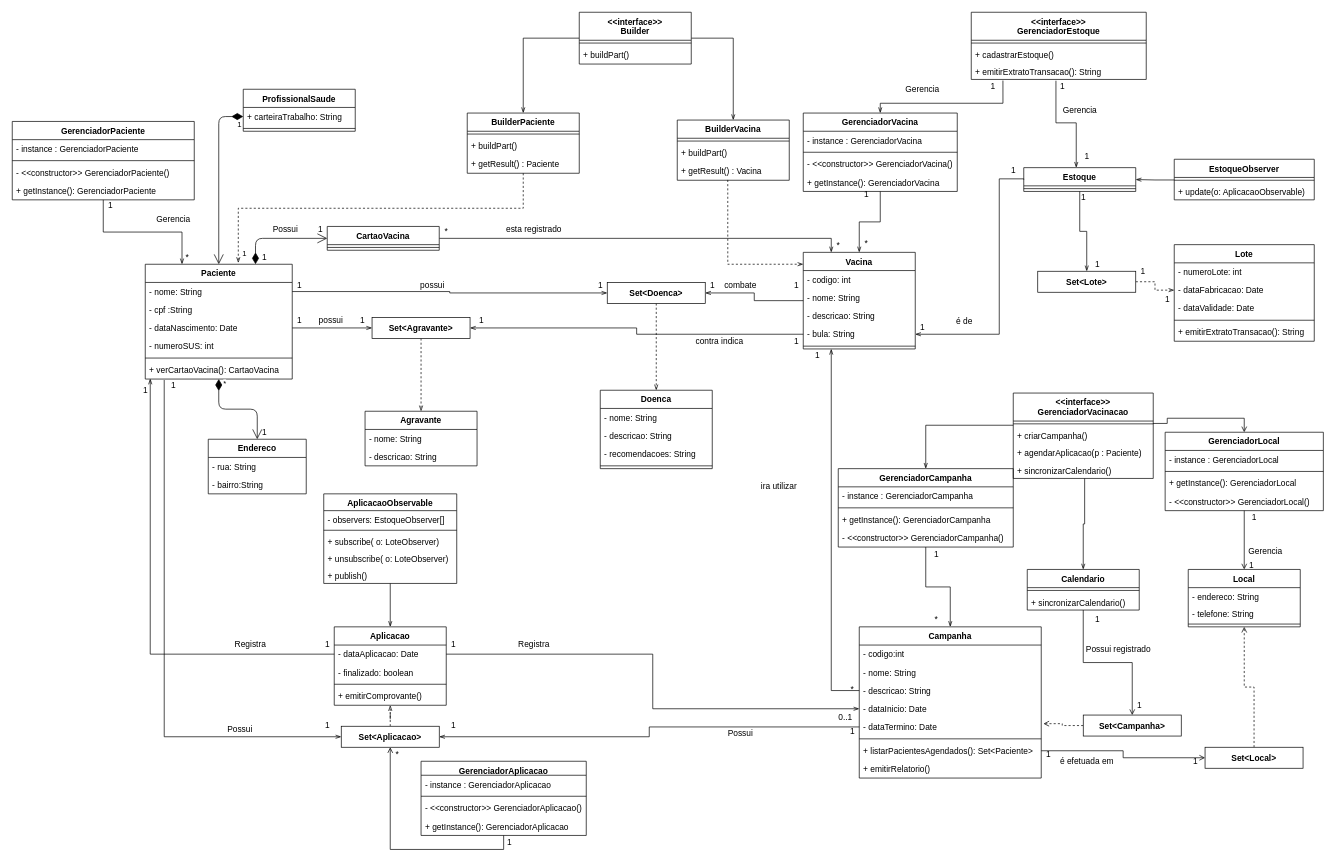
Numb4r/DiviVac keeps this draw.io diagram as doc/classesdeprojeto.drawio. Above is the earlier version. Source tidied: cells renumbered, new cells numbered last; positions are measured from the earlier drawing's top-left corner, leaving out a move shared by most shapes. Both pictures are drawn from the tidied source at 70%, with x=0, y=0 at pixel (12, 12).
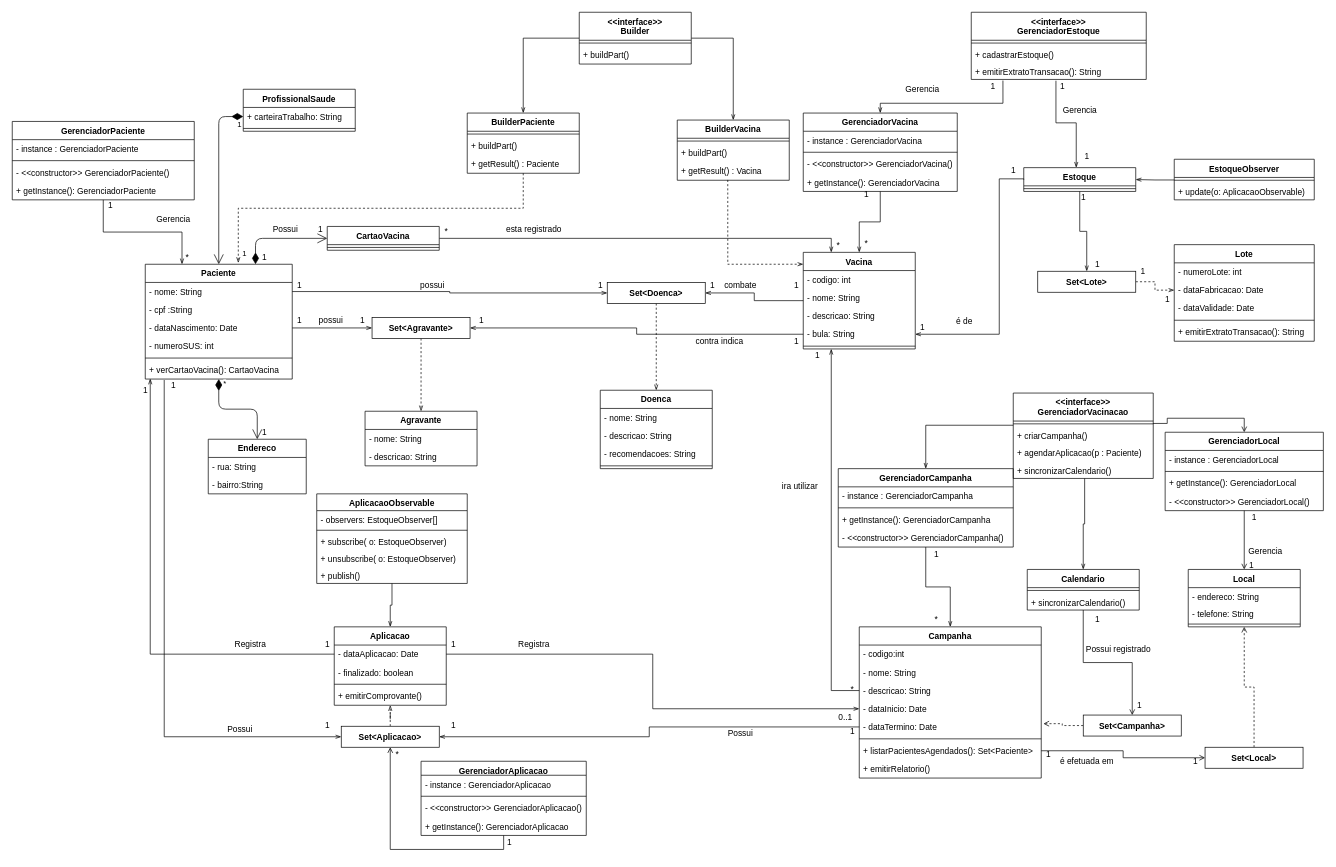
The same diagram, later.

Commit message (it also covers changes not shown here):
corrigido parametro do tipo errado no observer

The edit, as a diff of the source:
```diff
@@
     <mxCell id="164" value="ira utilizar" style="text;html=1;align=center;verticalAlign=middle;strokeColor=none;" parent="1" vertex="1">
-      <mxGeometry x="1060" y="668" width="70" height="20" as="geometry" />
+      <mxGeometry x="1090" y="668" width="70" height="20" as="geometry" />
     </mxCell>
@@
     <mxCell id="176" value="AplicacaoObservable" style="swimlane;fontStyle=1;align=center;verticalAlign=top;horizontal=1;startSize=24;" parent="1" vertex="1">
-      <mxGeometry x="445" y="688" width="190" height="128" as="geometry" />
+      <mxGeometry x="435" y="688" width="215" height="128" as="geometry" />
     </mxCell>
     <mxCell id="177" value="- observers: EstoqueObserver[]" style="text;strokeColor=none;fillColor=none;align=left;verticalAlign=top;spacingLeft=4;spacingRight=4;overflow=hidden;" parent="176" vertex="1">
-      <mxGeometry y="24" width="190" height="24" as="geometry" />
+      <mxGeometry y="24" width="215" height="24" as="geometry" />
     </mxCell>
     <mxCell id="178" style="line;strokeWidth=1;fillColor=none;align=left;verticalAlign=middle;spacingTop=-1;spacingLeft=3;spacingRight=3;labelPosition=right;" parent="176" vertex="1">
-      <mxGeometry y="48" width="190" height="8" as="geometry" />
+      <mxGeometry y="48" width="215" height="8" as="geometry" />
     </mxCell>
-    <mxCell id="179" value="+ subscribe( o: LoteObserver)" style="text;strokeColor=none;fillColor=none;align=left;verticalAlign=top;spacingLeft=4;spacingRight=4;overflow=hidden;" parent="176" vertex="1">
-      <mxGeometry y="56" width="190" height="24" as="geometry" />
+    <mxCell id="179" value="+ subscribe( o: EstoqueObserver)" style="text;strokeColor=none;fillColor=none;align=left;verticalAlign=top;spacingLeft=4;spacingRight=4;overflow=hidden;" parent="176" vertex="1">
+      <mxGeometry y="56" width="215" height="24" as="geometry" />
     </mxCell>
-    <mxCell id="180" value="+ unsubscribe( o: LoteObserver)" style="text;strokeColor=none;fillColor=none;align=left;verticalAlign=top;spacingLeft=4;spacingRight=4;overflow=hidden;" parent="176" vertex="1">
-      <mxGeometry y="80" width="190" height="24" as="geometry" />
+    <mxCell id="180" value="+ unsubscribe( o: EstoqueObserver)" style="text;strokeColor=none;fillColor=none;align=left;verticalAlign=top;spacingLeft=4;spacingRight=4;overflow=hidden;" parent="176" vertex="1">
+      <mxGeometry y="80" width="215" height="24" as="geometry" />
     </mxCell>
     <mxCell id="181" value="+ publish()" style="text;strokeColor=none;fillColor=none;align=left;verticalAlign=top;spacingLeft=4;spacingRight=4;overflow=hidden;" parent="176" vertex="1">
-      <mxGeometry y="104" width="190" height="24" as="geometry" />
+      <mxGeometry y="104" width="215" height="24" as="geometry" />
     </mxCell>
```
